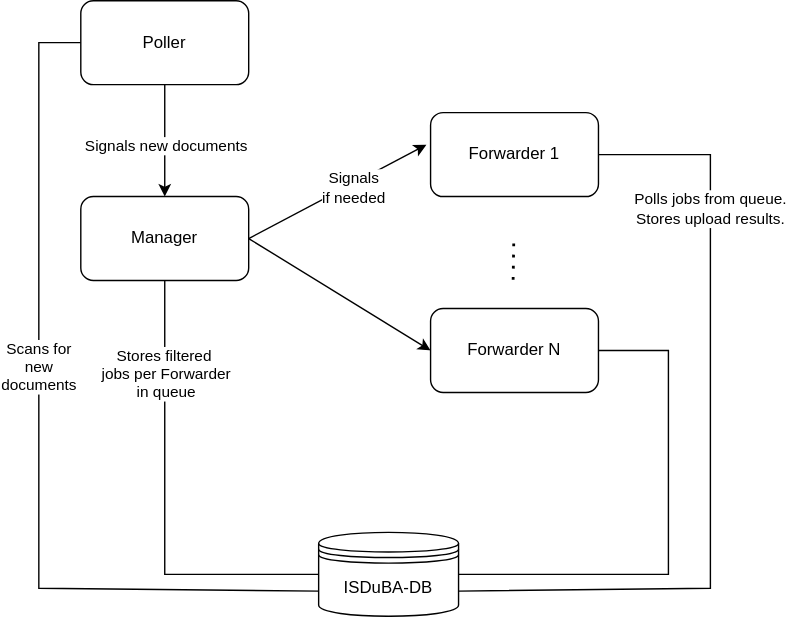
The draw.io diagram docs/images/forwarder.svg in ISDuBA/ISDuBA, before a commit. Source tidied: cells renumbered, new cells last; positions are measured from the earlier drawing's top-left corner, leaving out a move shared by most shapes. Its diagram source:
```xml
<mxGraphModel>
  <root>
    <mxCell id="0" />
    <mxCell id="1" parent="0" />
    <mxCell id="2" value="Poller" style="rounded=1;whiteSpace=wrap;html=1;" parent="1" vertex="1">
      <mxGeometry x="30" width="120" height="60" as="geometry" />
    </mxCell>
    <mxCell id="3" value="Manager" style="rounded=1;whiteSpace=wrap;html=1;" parent="1" vertex="1">
      <mxGeometry x="30" y="140" width="120" height="60" as="geometry" />
    </mxCell>
    <mxCell id="4" value="Forwarder 1" style="rounded=1;whiteSpace=wrap;html=1;" parent="1" vertex="1">
      <mxGeometry x="280" y="80" width="120" height="60" as="geometry" />
    </mxCell>
    <mxCell id="5" value="Forwarder N" style="rounded=1;whiteSpace=wrap;html=1;" parent="1" vertex="1">
      <mxGeometry x="280" y="220" width="120" height="60" as="geometry" />
    </mxCell>
    <mxCell id="6" style="endArrow=none;dashed=1;html=1;dashPattern=1 3;strokeWidth=2;rounded=0;" parent="1" edge="1">
      <mxGeometry relative="1" as="geometry">
        <mxPoint x="339.5" y="200" as="sourcePoint" />
        <mxPoint x="340" y="170" as="targetPoint" />
      </mxGeometry>
    </mxCell>
    <mxCell id="7" style="endArrow=classic;html=1;rounded=0;exitX=1;exitY=0.5;exitDx=0;exitDy=0;entryX=-0.025;entryY=0.383;entryDx=0;entryDy=0;entryPerimeter=0;" parent="1" edge="1" source="3" target="4">
      <mxGeometry relative="1" as="geometry" />
    </mxCell>
    <mxCell id="8" value="Signals&lt;div&gt;if needed&lt;/div&gt;" style="edgeLabel;html=1;align=center;verticalAlign=middle;" parent="7" vertex="1">
      <mxGeometry x="0.15" y="-2" relative="1" as="geometry" />
    </mxCell>
    <mxCell id="9" style="endArrow=classic;html=1;rounded=0;entryX=0;entryY=0.5;entryDx=0;entryDy=0;" parent="1" edge="1" target="5">
      <mxGeometry relative="1" as="geometry">
        <mxPoint x="150" y="170" as="sourcePoint" />
      </mxGeometry>
    </mxCell>
    <mxCell id="10" value="ISDuBA-DB" style="shape=datastore;whiteSpace=wrap;html=1;" parent="1" vertex="1">
      <mxGeometry x="200" y="380" width="100" height="60" as="geometry" />
    </mxCell>
    <mxCell id="11" style="endArrow=none;html=1;rounded=0;entryX=0;entryY=0.5;entryDx=0;entryDy=0;exitX=0;exitY=0.7;exitDx=0;exitDy=0;" parent="1" edge="1" source="10" target="2">
      <mxGeometry relative="1" as="geometry">
        <Array as="points">
          <mxPoint y="420" />
          <mxPoint y="30" />
        </Array>
      </mxGeometry>
    </mxCell>
    <mxCell id="12" value="Scans for&lt;div&gt;new&lt;/div&gt;&lt;div&gt;documents&lt;/div&gt;" style="edgeLabel;html=1;align=center;verticalAlign=middle;" parent="11" vertex="1">
      <mxGeometry x="0.16" y="1" relative="1" as="geometry" />
    </mxCell>
    <mxCell id="13" style="endArrow=none;html=1;rounded=0;entryX=0.5;entryY=1;entryDx=0;entryDy=0;exitX=0;exitY=0.5;exitDx=0;exitDy=0;" parent="1" edge="1" source="10" target="3">
      <mxGeometry relative="1" as="geometry">
        <Array as="points">
          <mxPoint x="90" y="410" />
        </Array>
      </mxGeometry>
    </mxCell>
    <mxCell id="14" value="Stores filtered&amp;nbsp;&lt;div&gt;jobs per Forwarder&lt;/div&gt;&lt;div&gt;in queue&lt;/div&gt;" style="edgeLabel;html=1;align=center;verticalAlign=middle;" parent="13" vertex="1">
      <mxGeometry x="0.59" relative="1" as="geometry" />
    </mxCell>
    <mxCell id="15" style="endArrow=none;html=1;rounded=0;exitX=1;exitY=0.5;exitDx=0;exitDy=0;entryX=1;entryY=0.7;entryDx=0;entryDy=0;" parent="1" edge="1" source="4" target="10">
      <mxGeometry relative="1" as="geometry">
        <Array as="points">
          <mxPoint x="480" y="110" />
          <mxPoint x="480" y="420" />
        </Array>
      </mxGeometry>
    </mxCell>
    <mxCell id="16" value="Polls jobs from&amp;nbsp;&lt;span style=&quot;background-color: light-dark(#ffffff, var(--ge-dark-color, #121212)); color: light-dark(rgb(0, 0, 0), rgb(255, 255, 255));&quot;&gt;queue.&lt;/span&gt;&lt;div&gt;&lt;span style=&quot;background-color: light-dark(#ffffff, var(--ge-dark-color, #121212)); color: light-dark(rgb(0, 0, 0), rgb(255, 255, 255));&quot;&gt;Stores upload results.&lt;/span&gt;&lt;/div&gt;" style="edgeLabel;html=1;align=center;verticalAlign=middle;" parent="15" vertex="1">
      <mxGeometry x="-0.59" y="-1" relative="1" as="geometry" />
    </mxCell>
    <mxCell id="17" style="endArrow=none;html=1;rounded=0;entryX=1;entryY=0.5;entryDx=0;entryDy=0;exitX=1;exitY=0.5;exitDx=0;exitDy=0;" parent="1" edge="1" source="10" target="5">
      <mxGeometry relative="1" as="geometry">
        <Array as="points">
          <mxPoint x="450" y="410" />
          <mxPoint x="450" y="250" />
        </Array>
      </mxGeometry>
    </mxCell>
    <mxCell id="18" style="endArrow=classic;html=1;rounded=0;entryX=0.5;entryY=0;entryDx=0;entryDy=0;" parent="1" edge="1" target="3">
      <mxGeometry relative="1" as="geometry">
        <mxPoint x="90" y="60" as="sourcePoint" />
      </mxGeometry>
    </mxCell>
    <mxCell id="19" value="Signals new documents" style="edgeLabel;html=1;align=center;verticalAlign=middle;" parent="18" vertex="1">
      <mxGeometry x="0.07" relative="1" as="geometry" />
    </mxCell>
  </root>
</mxGraphModel>
```
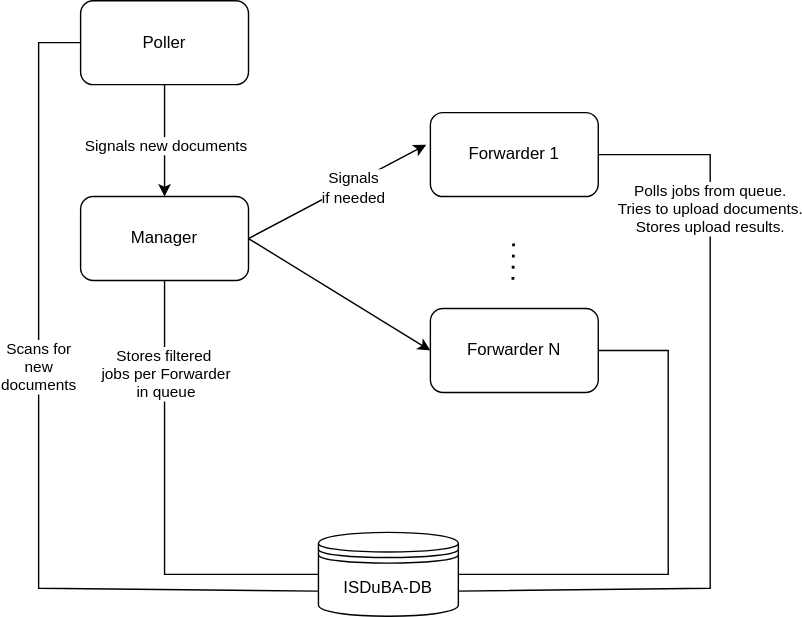
Later version of the same file.

Commit message:
Improve draing a bit

The edit, as a diff of the source:
```diff
@@ -63,7 +63,7 @@
         </Array>
       </mxGeometry>
     </mxCell>
-    <mxCell id="16" value="Polls jobs from&amp;nbsp;&lt;span style=&quot;background-color: light-dark(#ffffff, var(--ge-dark-color, #121212)); color: light-dark(rgb(0, 0, 0), rgb(255, 255, 255));&quot;&gt;queue.&lt;/span&gt;&lt;div&gt;&lt;span style=&quot;background-color: light-dark(#ffffff, var(--ge-dark-color, #121212)); color: light-dark(rgb(0, 0, 0), rgb(255, 255, 255));&quot;&gt;Stores upload results.&lt;/span&gt;&lt;/div&gt;" style="edgeLabel;html=1;align=center;verticalAlign=middle;" parent="15" vertex="1">
+    <mxCell id="16" value="Polls jobs from&amp;nbsp;&lt;span style=&quot;background-color: light-dark(#ffffff, var(--ge-dark-color, #121212)); color: light-dark(rgb(0, 0, 0), rgb(255, 255, 255));&quot;&gt;queue.&lt;/span&gt;&lt;div&gt;Tries to upload documents.&lt;br&gt;&lt;div&gt;&lt;span style=&quot;background-color: light-dark(#ffffff, var(--ge-dark-color, #121212)); color: light-dark(rgb(0, 0, 0), rgb(255, 255, 255));&quot;&gt;Stores upload results.&lt;/span&gt;&lt;/div&gt;&lt;/div&gt;" style="edgeLabel;html=1;align=center;verticalAlign=middle;" parent="15" vertex="1">
       <mxGeometry x="-0.59" y="-1" relative="1" as="geometry" />
     </mxCell>
     <mxCell id="17" style="endArrow=none;html=1;rounded=0;entryX=1;entryY=0.5;entryDx=0;entryDy=0;exitX=1;exitY=0.5;exitDx=0;exitDy=0;" parent="1" edge="1" source="10" target="5">
```
